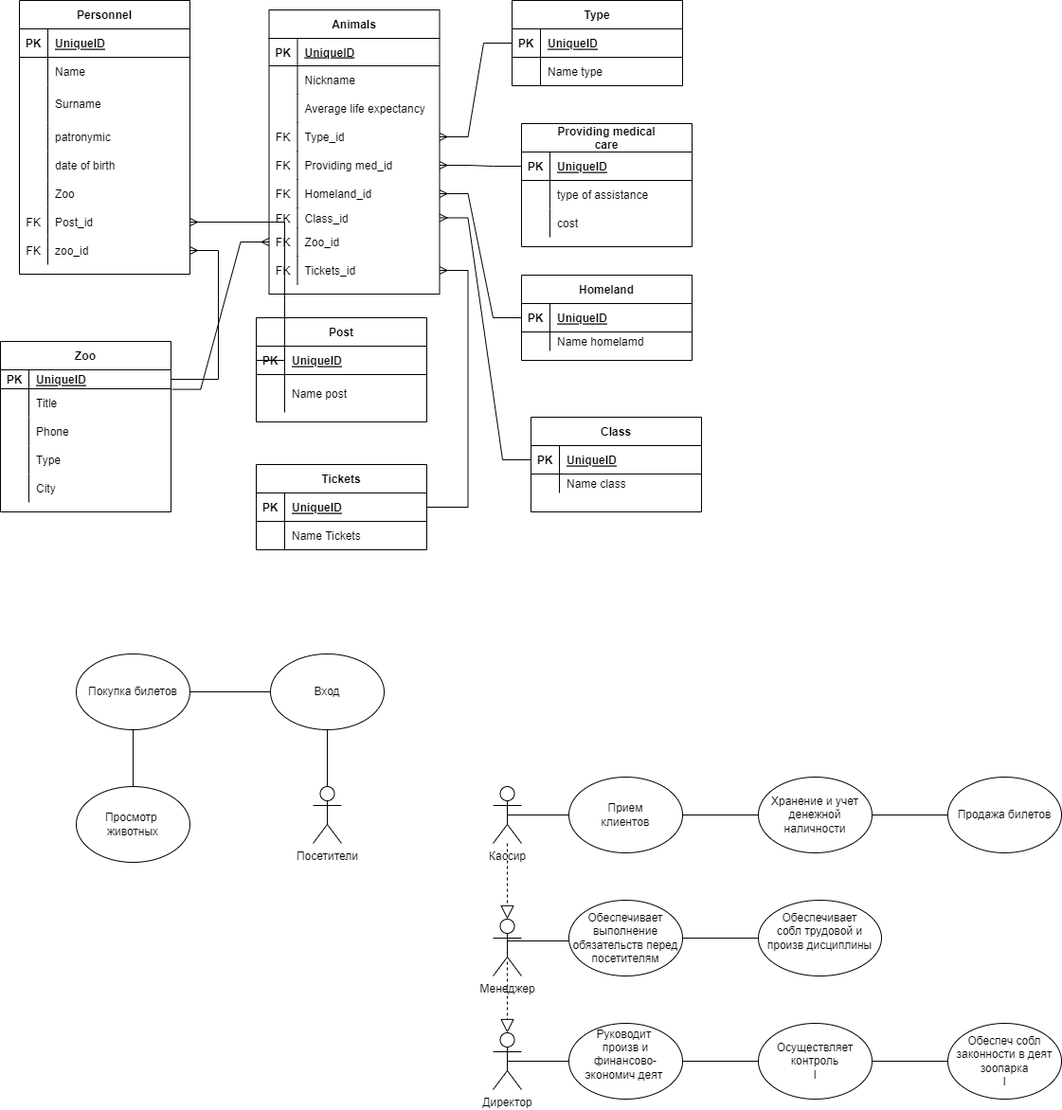
This is Lab3.drawio.png from 777888111192992/KiyoshiM, a draw.io export, as it was before one commit. Source tidied: cells renumbered, new cells last; positions are measured from the earlier drawing's top-left corner, leaving out a move shared by most shapes.
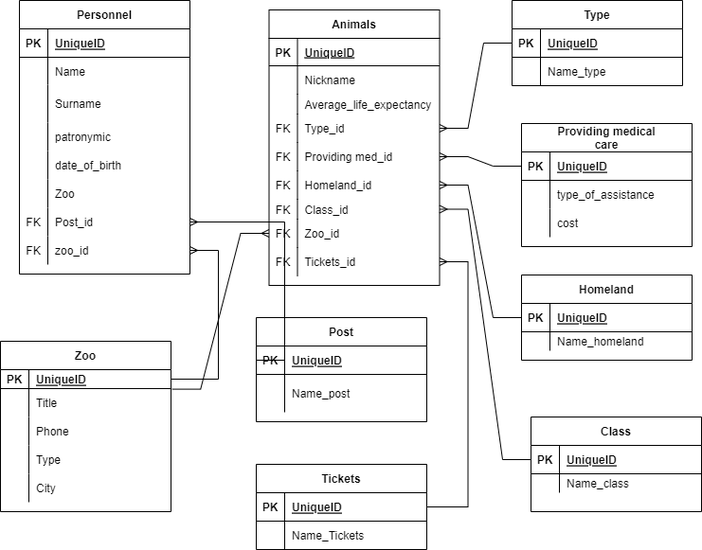
After the commit.

What changed in the source:
```diff
@@ -47,7 +47,7 @@
     <mxCell id="16" style="shape=partialRectangle;fillColor=none;top=0;left=0;bottom=0;right=0;overflow=hidden;" parent="15" vertex="1">
       <mxGeometry width="30" height="30" as="geometry" />
     </mxCell>
-    <mxCell id="17" value="date of birth" style="shape=partialRectangle;fillColor=none;top=0;left=0;bottom=0;right=0;align=left;spacingLeft=6;overflow=hidden;" parent="15" vertex="1">
+    <mxCell id="17" value="date_of_birth" style="shape=partialRectangle;fillColor=none;top=0;left=0;bottom=0;right=0;align=left;spacingLeft=6;overflow=hidden;" parent="15" vertex="1">
       <mxGeometry x="30" width="150" height="30" as="geometry" />
     </mxCell>
     <mxCell id="18" style="shape=tableRow;horizontal=0;startSize=0;swimlaneHead=0;swimlaneBody=0;fillColor=none;top=0;left=0;right=0;bottom=0;" parent="2" vertex="1">
@@ -78,7 +78,7 @@
       <mxGeometry x="30" width="150" height="30" as="geometry" />
     </mxCell>
     <mxCell id="27" value="Animals" style="shape=table;startSize=30;rowLines=0;fontStyle=1;align=center;" parent="1" vertex="1">
-      <mxGeometry x="283.5" y="10" width="180" height="300" as="geometry" />
+      <mxGeometry x="283.5" y="10" width="180" height="291" as="geometry" />
     </mxCell>
     <mxCell id="28" style="shape=tableRow;horizontal=0;startSize=0;swimlaneHead=0;swimlaneBody=0;fillColor=none;top=0;left=0;right=0;bottom=1;" parent="27" vertex="1">
       <mxGeometry y="30" width="180" height="29" as="geometry" />
@@ -99,16 +99,16 @@
       <mxGeometry x="30" width="150" height="30" as="geometry" />
     </mxCell>
     <mxCell id="34" style="shape=tableRow;horizontal=0;startSize=0;swimlaneHead=0;swimlaneBody=0;fillColor=none;top=0;left=0;right=0;bottom=0;" parent="27" vertex="1">
-      <mxGeometry y="89" width="180" height="30" as="geometry" />
+      <mxGeometry y="89" width="180" height="21" as="geometry" />
     </mxCell>
     <mxCell id="35" style="shape=partialRectangle;fillColor=none;top=0;left=0;bottom=0;right=0;overflow=hidden;" parent="34" vertex="1">
-      <mxGeometry width="30" height="30" as="geometry" />
+      <mxGeometry width="30" height="21" as="geometry" />
     </mxCell>
-    <mxCell id="36" value="Average life expectancy" style="shape=partialRectangle;fillColor=none;top=0;left=0;bottom=0;right=0;align=left;spacingLeft=6;overflow=hidden;" parent="34" vertex="1">
-      <mxGeometry x="30" width="150" height="30" as="geometry" />
+    <mxCell id="36" value="Average_life_expectancy" style="shape=partialRectangle;fillColor=none;top=0;left=0;bottom=0;right=0;align=left;spacingLeft=6;overflow=hidden;" parent="34" vertex="1">
+      <mxGeometry x="30" width="150" height="21" as="geometry" />
     </mxCell>
     <mxCell id="37" style="shape=tableRow;horizontal=0;startSize=0;swimlaneHead=0;swimlaneBody=0;fillColor=none;points=[[0,0.5],[1,0.5]];portConstraint=eastwest;top=0;left=0;right=0;bottom=0;" parent="27" vertex="1">
-      <mxGeometry y="119" width="180" height="30" as="geometry" />
+      <mxGeometry y="110" width="180" height="30" as="geometry" />
     </mxCell>
     <mxCell id="38" value="FK" style="shape=partialRectangle;fillColor=none;top=0;left=0;bottom=0;right=0;fontStyle=0;overflow=hidden;" parent="37" vertex="1">
       <mxGeometry width="30" height="30" as="geometry" />
@@ -117,7 +117,7 @@
       <mxGeometry x="30" width="150" height="30" as="geometry" />
     </mxCell>
     <mxCell id="40" style="shape=tableRow;horizontal=0;startSize=0;swimlaneHead=0;swimlaneBody=0;fillColor=none;points=[[0,0.5],[1,0.5]];portConstraint=eastwest;top=0;left=0;right=0;bottom=0;" parent="27" vertex="1">
-      <mxGeometry y="149" width="180" height="30" as="geometry" />
+      <mxGeometry y="140" width="180" height="30" as="geometry" />
     </mxCell>
     <mxCell id="41" value="FK" style="shape=partialRectangle;fillColor=none;top=0;left=0;bottom=0;right=0;fontStyle=0;overflow=hidden;" parent="40" vertex="1">
       <mxGeometry width="30" height="30" as="geometry" />
@@ -126,7 +126,7 @@
       <mxGeometry x="30" width="150" height="30" as="geometry" />
     </mxCell>
     <mxCell id="43" style="shape=tableRow;horizontal=0;startSize=0;swimlaneHead=0;swimlaneBody=0;fillColor=none;points=[[0,0.5],[1,0.5]];portConstraint=eastwest;top=0;left=0;right=0;bottom=0;" parent="27" vertex="1">
-      <mxGeometry y="179" width="180" height="30" as="geometry" />
+      <mxGeometry y="170" width="180" height="30" as="geometry" />
     </mxCell>
     <mxCell id="44" value="FK" style="shape=partialRectangle;fillColor=none;top=0;left=0;bottom=0;right=0;fontStyle=0;overflow=hidden;" parent="43" vertex="1">
       <mxGeometry width="30" height="30" as="geometry" />
@@ -135,7 +135,7 @@
       <mxGeometry x="30" width="150" height="30" as="geometry" />
     </mxCell>
     <mxCell id="46" style="shape=tableRow;horizontal=0;startSize=0;swimlaneHead=0;swimlaneBody=0;fillColor=none;points=[[0,0.5],[1,0.5]];portConstraint=eastwest;top=0;left=0;right=0;bottom=0;" parent="27" vertex="1">
-      <mxGeometry y="209" width="180" height="21" as="geometry" />
+      <mxGeometry y="200" width="180" height="21" as="geometry" />
     </mxCell>
     <mxCell id="47" value="FK" style="shape=partialRectangle;fillColor=none;top=0;left=0;bottom=0;right=0;fontStyle=0;overflow=hidden;" parent="46" vertex="1">
       <mxGeometry width="30" height="21" as="geometry" />
@@ -144,7 +144,7 @@
       <mxGeometry x="30" width="150" height="21" as="geometry" />
     </mxCell>
     <mxCell id="49" style="shape=tableRow;horizontal=0;startSize=0;swimlaneHead=0;swimlaneBody=0;fillColor=none;points=[[0,0.5],[1,0.5]];portConstraint=eastwest;top=0;left=0;right=0;bottom=0;" parent="27" vertex="1">
-      <mxGeometry y="230" width="180" height="30" as="geometry" />
+      <mxGeometry y="221" width="180" height="30" as="geometry" />
     </mxCell>
     <mxCell id="50" value="FK" style="shape=partialRectangle;fillColor=none;top=0;left=0;bottom=0;right=0;fontStyle=0;overflow=hidden;" parent="49" vertex="1">
       <mxGeometry width="30" height="30" as="geometry" />
@@ -153,7 +153,7 @@
       <mxGeometry x="30" width="150" height="30" as="geometry" />
     </mxCell>
     <mxCell id="52" style="shape=tableRow;horizontal=0;startSize=0;swimlaneHead=0;swimlaneBody=0;fillColor=none;points=[[0,0.5],[1,0.5]];portConstraint=eastwest;top=0;left=0;right=0;bottom=0;" parent="27" vertex="1">
-      <mxGeometry y="260" width="180" height="30" as="geometry" />
+      <mxGeometry y="251" width="180" height="30" as="geometry" />
     </mxCell>
     <mxCell id="53" value="FK" style="shape=partialRectangle;fillColor=none;top=0;left=0;bottom=0;right=0;fontStyle=0;overflow=hidden;" parent="52" vertex="1">
       <mxGeometry width="30" height="30" as="geometry" />
@@ -227,7 +227,7 @@
     <mxCell id="76" style="shape=partialRectangle;fillColor=none;top=0;left=0;bottom=0;right=0;overflow=hidden;" parent="75" vertex="1">
       <mxGeometry width="30" height="30" as="geometry" />
     </mxCell>
-    <mxCell id="77" value="type of assistance" style="shape=partialRectangle;fillColor=none;top=0;left=0;bottom=0;right=0;align=left;spacingLeft=6;overflow=hidden;" parent="75" vertex="1">
+    <mxCell id="77" value="type_of_assistance" style="shape=partialRectangle;fillColor=none;top=0;left=0;bottom=0;right=0;align=left;spacingLeft=6;overflow=hidden;" parent="75" vertex="1">
       <mxGeometry x="30" width="150" height="30" as="geometry" />
     </mxCell>
     <mxCell id="78" style="shape=tableRow;horizontal=0;startSize=0;swimlaneHead=0;swimlaneBody=0;fillColor=none;top=0;left=0;right=0;bottom=0;" parent="71" vertex="1">
@@ -257,7 +257,7 @@
     <mxCell id="86" style="shape=partialRectangle;fillColor=none;top=0;left=0;bottom=0;right=0;overflow=hidden;" parent="85" vertex="1">
       <mxGeometry width="30" height="40" as="geometry" />
     </mxCell>
-    <mxCell id="87" value="Name post" style="shape=partialRectangle;fillColor=none;top=0;left=0;bottom=0;right=0;align=left;spacingLeft=6;overflow=hidden;" parent="85" vertex="1">
+    <mxCell id="87" value="Name_post" style="shape=partialRectangle;fillColor=none;top=0;left=0;bottom=0;right=0;align=left;spacingLeft=6;overflow=hidden;" parent="85" vertex="1">
       <mxGeometry x="30" width="150" height="40" as="geometry" />
     </mxCell>
     <mxCell id="88" value="Type" style="shape=table;startSize=30;rowLines=0;fontStyle=1;align=center;" parent="1" vertex="1">
@@ -278,7 +278,7 @@
     <mxCell id="93" style="shape=partialRectangle;fillColor=none;top=0;left=0;bottom=0;right=0;overflow=hidden;" parent="92" vertex="1">
       <mxGeometry width="30" height="30" as="geometry" />
     </mxCell>
-    <mxCell id="94" value="Name type" style="shape=partialRectangle;fillColor=none;top=0;left=0;bottom=0;right=0;align=left;spacingLeft=6;overflow=hidden;" parent="92" vertex="1">
+    <mxCell id="94" value="Name_type" style="shape=partialRectangle;fillColor=none;top=0;left=0;bottom=0;right=0;align=left;spacingLeft=6;overflow=hidden;" parent="92" vertex="1">
       <mxGeometry x="30" width="150" height="30" as="geometry" />
     </mxCell>
     <mxCell id="95" value="Class" style="shape=table;startSize=30;rowLines=0;fontStyle=1;align=center;" parent="1" vertex="1">
@@ -299,7 +299,7 @@
     <mxCell id="100" style="shape=partialRectangle;fillColor=none;top=0;left=0;bottom=0;right=0;overflow=hidden;" parent="99" vertex="1">
       <mxGeometry width="30" height="20" as="geometry" />
     </mxCell>
-    <mxCell id="101" value="Name class" style="shape=partialRectangle;fillColor=none;top=0;left=0;bottom=0;right=0;align=left;spacingLeft=6;overflow=hidden;" parent="99" vertex="1">
+    <mxCell id="101" value="Name_class" style="shape=partialRectangle;fillColor=none;top=0;left=0;bottom=0;right=0;align=left;spacingLeft=6;overflow=hidden;" parent="99" vertex="1">
       <mxGeometry x="30" width="150" height="20" as="geometry" />
     </mxCell>
     <mxCell id="102" value="Homeland" style="shape=table;startSize=30;rowLines=0;fontStyle=1;align=center;" parent="1" vertex="1">
@@ -320,7 +320,7 @@
     <mxCell id="107" style="shape=partialRectangle;fillColor=none;top=0;left=0;bottom=0;right=0;overflow=hidden;" parent="106" vertex="1">
       <mxGeometry width="30" height="20" as="geometry" />
     </mxCell>
-    <mxCell id="108" value="Name homelamd" style="shape=partialRectangle;fillColor=none;top=0;left=0;bottom=0;right=0;align=left;spacingLeft=6;overflow=hidden;" parent="106" vertex="1">
+    <mxCell id="108" value="Name_homeland" style="shape=partialRectangle;fillColor=none;top=0;left=0;bottom=0;right=0;align=left;spacingLeft=6;overflow=hidden;" parent="106" vertex="1">
       <mxGeometry x="30" width="150" height="20" as="geometry" />
     </mxCell>
     <mxCell id="109" style="edgeStyle=entityRelationEdgeStyle;fontSize=12;html=1;endArrow=ERmany;rounded=0;" parent="1" edge="1" source="56" target="24">
@@ -346,115 +346,6 @@
     <mxCell id="115" style="edgeStyle=entityRelationEdgeStyle;fontSize=12;html=1;endArrow=ERmany;rounded=0;entryX=0;entryY=0.5;entryDx=0;entryDy=0;exitX=1.007;exitY=1.03;exitDx=0;exitDy=0;exitPerimeter=0;" parent="1" edge="1" source="56" target="49">
       <mxGeometry relative="1" as="geometry" />
     </mxCell>
-    <mxCell id="116" value="Посетители" style="shape=umlActor;verticalLabelPosition=bottom;verticalAlign=top;html=1;outlineConnect=0;" parent="1" vertex="1">
-      <mxGeometry x="330" y="830" width="30" height="60" as="geometry" />
-    </mxCell>
-    <mxCell id="117" style="endArrow=none;html=1;rounded=0;entryX=0.5;entryY=0;entryDx=0;entryDy=0;entryPerimeter=0;" parent="1" edge="1" target="116">
-      <mxGeometry relative="1" as="geometry">
-        <mxPoint x="345" y="750" as="sourcePoint" />
-      </mxGeometry>
-    </mxCell>
-    <mxCell id="118" value="Вход" style="ellipse;whiteSpace=wrap;html=1;" parent="1" vertex="1">
-      <mxGeometry x="285" y="690" width="120" height="80" as="geometry" />
-    </mxCell>
-    <mxCell id="119" style="endArrow=none;html=1;rounded=0;entryX=0;entryY=0.5;entryDx=0;entryDy=0;" parent="1" edge="1" target="118">
-      <mxGeometry relative="1" as="geometry">
-        <mxPoint x="200" y="730" as="sourcePoint" />
-      </mxGeometry>
-    </mxCell>
-    <mxCell id="120" value="Покупка билетов" style="ellipse;whiteSpace=wrap;html=1;" parent="1" vertex="1">
-      <mxGeometry x="80" y="690" width="120" height="80" as="geometry" />
-    </mxCell>
-    <mxCell id="121" value="Просмотр&amp;nbsp;&lt;br&gt;животных" style="ellipse;whiteSpace=wrap;html=1;" parent="1" vertex="1">
-      <mxGeometry x="80" y="830" width="120" height="80" as="geometry" />
-    </mxCell>
-    <mxCell id="122" style="endArrow=none;html=1;rounded=0;entryX=0.5;entryY=1;entryDx=0;entryDy=0;exitX=0.5;exitY=0;exitDx=0;exitDy=0;" parent="1" edge="1" source="121" target="120">
-      <mxGeometry relative="1" as="geometry" />
-    </mxCell>
-    <mxCell id="123" value="Кассир" style="shape=umlActor;verticalLabelPosition=bottom;verticalAlign=top;html=1;outlineConnect=0;" parent="1" vertex="1">
-      <mxGeometry x="520" y="830" width="30" height="60" as="geometry" />
-    </mxCell>
-    <mxCell id="124" style="endArrow=none;html=1;rounded=0;exitX=0.5;exitY=0.5;exitDx=0;exitDy=0;exitPerimeter=0;" parent="1" edge="1" source="123">
-      <mxGeometry relative="1" as="geometry">
-        <mxPoint x="600" y="860" as="targetPoint" />
-      </mxGeometry>
-    </mxCell>
-    <mxCell id="125" value="Прием&lt;br&gt;клиентов" style="ellipse;whiteSpace=wrap;html=1;" parent="1" vertex="1">
-      <mxGeometry x="600" y="820" width="120" height="80" as="geometry" />
-    </mxCell>
-    <mxCell id="126" style="endArrow=none;html=1;rounded=0;entryX=1;entryY=0.5;entryDx=0;entryDy=0;" parent="1" edge="1" target="125">
-      <mxGeometry relative="1" as="geometry">
-        <mxPoint x="820" y="860" as="sourcePoint" />
-      </mxGeometry>
-    </mxCell>
-    <mxCell id="127" value="Хранение и учет&lt;br&gt;денежной наличности" style="ellipse;whiteSpace=wrap;html=1;" parent="1" vertex="1">
-      <mxGeometry x="800" y="820" width="120" height="80" as="geometry" />
-    </mxCell>
-    <mxCell id="128" style="endArrow=none;html=1;rounded=0;entryX=1;entryY=0.5;entryDx=0;entryDy=0;" parent="1" edge="1" target="127">
-      <mxGeometry relative="1" as="geometry">
-        <mxPoint x="1000" y="860" as="sourcePoint" />
-      </mxGeometry>
-    </mxCell>
-    <mxCell id="129" value="Продажа билетов" style="ellipse;whiteSpace=wrap;html=1;" parent="1" vertex="1">
-      <mxGeometry x="1000" y="820" width="120" height="80" as="geometry" />
-    </mxCell>
-    <mxCell id="130" style="endArrow=block;dashed=1;endFill=0;endSize=12;html=1;rounded=0;entryX=0.5;entryY=0;entryDx=0;entryDy=0;entryPerimeter=0;" parent="1" edge="1" source="123">
-      <mxGeometry relative="1" as="geometry">
-        <mxPoint x="535" y="970" as="targetPoint" />
-      </mxGeometry>
-    </mxCell>
-    <mxCell id="131" value="Менеджер" style="shape=umlActor;verticalLabelPosition=bottom;verticalAlign=top;html=1;" parent="1" vertex="1">
-      <mxGeometry x="520" y="970" width="30" height="60" as="geometry" />
-    </mxCell>
-    <mxCell id="132" style="endArrow=none;html=1;rounded=0;" parent="1" edge="1">
-      <mxGeometry relative="1" as="geometry">
-        <mxPoint x="600" y="993" as="sourcePoint" />
-        <mxPoint x="535" y="993" as="targetPoint" />
-      </mxGeometry>
-    </mxCell>
-    <mxCell id="133" value="&lt;div&gt;Обеспечивает выполнение обязательств перед посетителям&lt;/div&gt;" style="ellipse;whiteSpace=wrap;html=1;" parent="1" vertex="1">
-      <mxGeometry x="600" y="950" width="120" height="80" as="geometry" />
-    </mxCell>
-    <mxCell id="134" style="endArrow=none;html=1;rounded=0;exitX=1;exitY=0.5;exitDx=0;exitDy=0;" parent="1" edge="1" source="133">
-      <mxGeometry relative="1" as="geometry">
-        <mxPoint x="800" y="990" as="targetPoint" />
-      </mxGeometry>
-    </mxCell>
-    <mxCell id="135" value="&lt;div&gt;&amp;nbsp;Обеспечивает&amp;nbsp;&lt;/div&gt;&lt;div&gt;собл трудовой и произв дисциплины&lt;/div&gt;&lt;div&gt;&lt;br&gt;&lt;/div&gt;" style="ellipse;whiteSpace=wrap;html=1;" parent="1" vertex="1">
-      <mxGeometry x="800" y="950" width="130" height="80" as="geometry" />
-    </mxCell>
-    <mxCell id="136" style="endArrow=block;dashed=1;endFill=0;endSize=12;html=1;rounded=0;exitX=0.5;exitY=0.75;exitDx=0;exitDy=0;exitPerimeter=0;" parent="1" edge="1" source="131">
-      <mxGeometry relative="1" as="geometry">
-        <mxPoint x="535" y="1090" as="targetPoint" />
-      </mxGeometry>
-    </mxCell>
-    <mxCell id="137" value="Директор" style="shape=umlActor;verticalLabelPosition=bottom;verticalAlign=top;html=1;" parent="1" vertex="1">
-      <mxGeometry x="520" y="1090" width="30" height="60" as="geometry" />
-    </mxCell>
-    <mxCell id="138" style="endArrow=none;html=1;rounded=0;entryX=0.5;entryY=0.5;entryDx=0;entryDy=0;entryPerimeter=0;" parent="1" edge="1" target="137">
-      <mxGeometry relative="1" as="geometry">
-        <mxPoint x="600" y="1120" as="sourcePoint" />
-      </mxGeometry>
-    </mxCell>
-    <mxCell id="139" value="&lt;div&gt;Руководит&amp;nbsp;&lt;/div&gt;&lt;div&gt;произв и финансово-экономич деят&amp;nbsp;&lt;/div&gt;&lt;div&gt;&lt;br&gt;&lt;/div&gt;" style="ellipse;whiteSpace=wrap;html=1;" parent="1" vertex="1">
-      <mxGeometry x="600" y="1080" width="120" height="80" as="geometry" />
-    </mxCell>
-    <mxCell id="140" style="endArrow=none;html=1;rounded=0;entryX=1;entryY=0.5;entryDx=0;entryDy=0;" parent="1" edge="1" target="139">
-      <mxGeometry relative="1" as="geometry">
-        <mxPoint x="800" y="1120" as="sourcePoint" />
-      </mxGeometry>
-    </mxCell>
-    <mxCell id="141" value="&lt;div&gt;Осуществляет контроль&lt;/div&gt;&lt;div&gt;l&lt;/div&gt;" style="ellipse;whiteSpace=wrap;html=1;" parent="1" vertex="1">
-      <mxGeometry x="800" y="1080" width="120" height="80" as="geometry" />
-    </mxCell>
-    <mxCell id="142" style="endArrow=none;html=1;rounded=0;entryX=1;entryY=0.5;entryDx=0;entryDy=0;" parent="1" edge="1" target="141">
-      <mxGeometry relative="1" as="geometry">
-        <mxPoint x="1000" y="1120" as="sourcePoint" />
-      </mxGeometry>
-    </mxCell>
-    <mxCell id="143" value="&lt;div&gt;Обеспеч собл законности в деят зоопарка&lt;/div&gt;&lt;div&gt;l&lt;/div&gt;" style="ellipse;whiteSpace=wrap;html=1;" parent="1" vertex="1">
-      <mxGeometry x="1000" y="1080" width="120" height="80" as="geometry" />
-    </mxCell>
     <mxCell id="144" value="Tickets" style="shape=table;startSize=30;rowLines=0;fontStyle=1;align=center;" parent="1" vertex="1">
       <mxGeometry x="270" y="490" width="180" height="90" as="geometry" />
     </mxCell>
@@ -473,7 +364,7 @@
     <mxCell id="149" style="shape=partialRectangle;fillColor=none;top=0;left=0;bottom=0;right=0;overflow=hidden;" parent="148" vertex="1">
       <mxGeometry width="30" height="30" as="geometry" />
     </mxCell>
-    <mxCell id="150" value="Name Tickets" style="shape=partialRectangle;fillColor=none;top=0;left=0;bottom=0;right=0;align=left;spacingLeft=6;overflow=hidden;" parent="148" vertex="1">
+    <mxCell id="150" value="Name_Tickets" style="shape=partialRectangle;fillColor=none;top=0;left=0;bottom=0;right=0;align=left;spacingLeft=6;overflow=hidden;" parent="148" vertex="1">
       <mxGeometry x="30" width="150" height="30" as="geometry" />
     </mxCell>
     <mxCell id="151" style="edgeStyle=entityRelationEdgeStyle;fontSize=12;html=1;endArrow=ERmany;rounded=0;exitX=1;exitY=0.5;exitDx=0;exitDy=0;" parent="1" edge="1" source="145" target="52">
```
